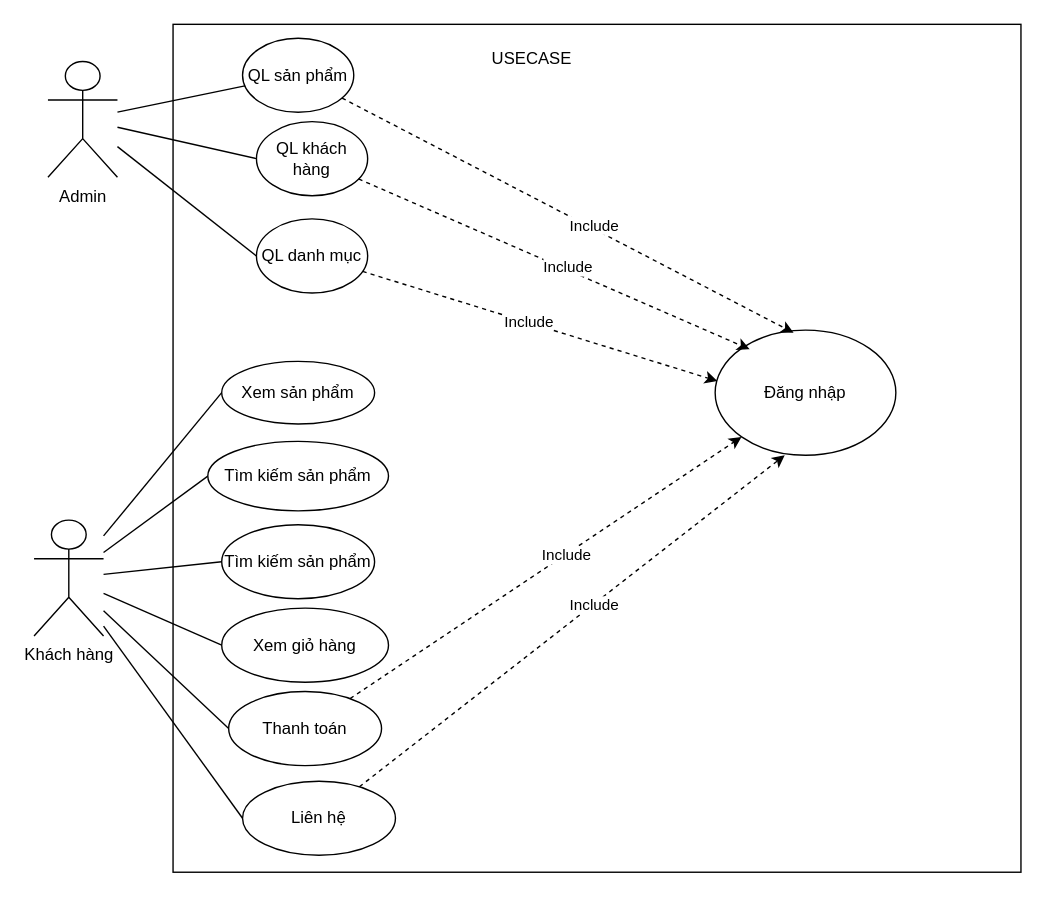
Before: page "Trang-3" (2 of 6) of Biểu đồ không có tiêu đề.drawio in hoagduc004/BaoCao, a draw.io diagram. Source tidied: cells renumbered, new cells numbered last; positions are measured from the earlier drawing's top-left corner, leaving out a move shared by most shapes. Both pictures are drawn from the tidied source at 139%, with x=0, y=0 at pixel (33, 24).
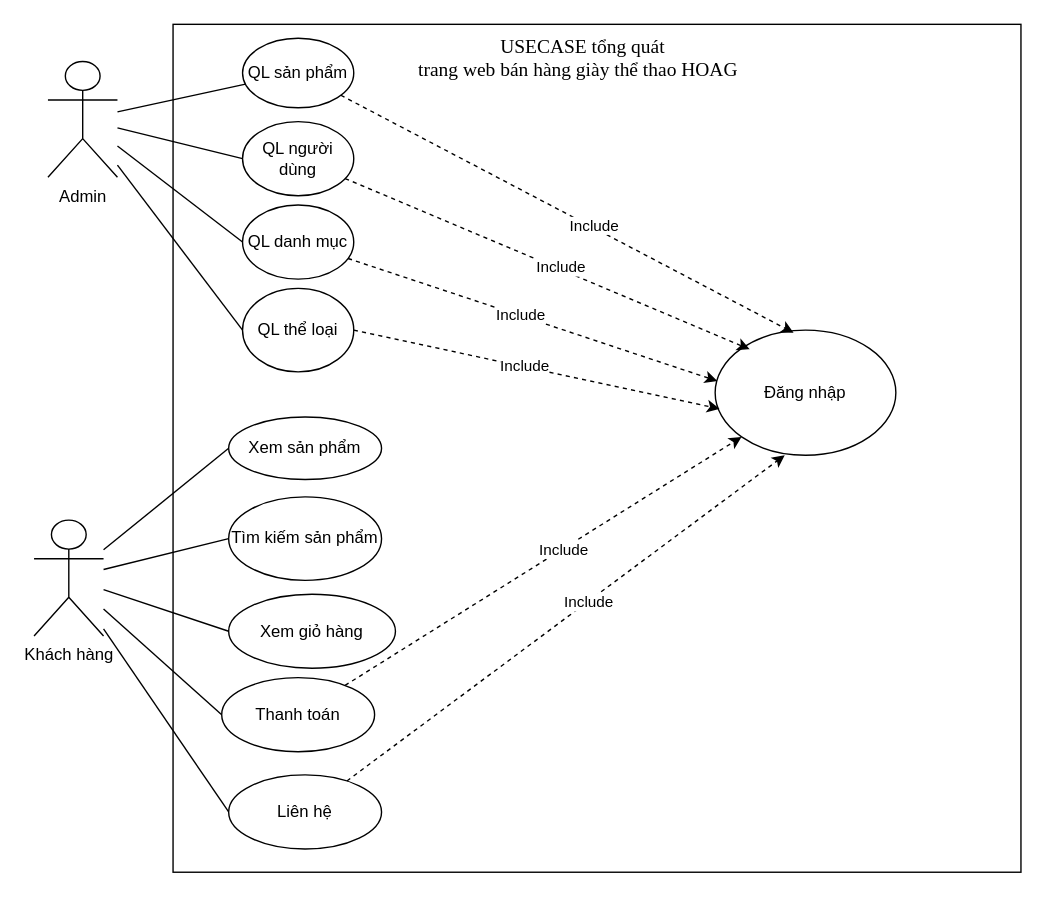
The same page after the edit.

Commit message:
Cập nhật Biểu đồ không có tiêu đề.drawio

Unchanged cells that the change refers to:
```xml
<mxCell id="7" value="Admin&lt;div&gt;&lt;br&gt;&lt;/div&gt;" style="shape=umlActor;verticalLabelPosition=bottom;verticalAlign=top;html=1;outlineConnect=0;" parent="1" vertex="1">
  <mxGeometry x="10" y="26.7" width="50" height="83.3" as="geometry" />
</mxCell>
<mxCell id="8" value="Đăng nhập" style="ellipse;whiteSpace=wrap;html=1;" parent="1" vertex="1">
  <mxGeometry x="490" y="220" width="130" height="90" as="geometry" />
</mxCell>
<mxCell id="20" value="&lt;div&gt;Khách hàng&lt;/div&gt;" style="shape=umlActor;verticalLabelPosition=bottom;verticalAlign=top;html=1;outlineConnect=0;" parent="1" vertex="1">
  <mxGeometry y="356.7" width="50" height="83.3" as="geometry" />
</mxCell>
```

Diff of the diagram source:
```diff
@@
-    <mxCell id="3" value="USECASE&amp;nbsp;" style="text;html=1;align=center;verticalAlign=middle;whiteSpace=wrap;rounded=0;" parent="1" vertex="1">
-      <mxGeometry x="330" y="10" width="60" height="30" as="geometry" />
+    <mxCell id="3" value="&lt;font style=&quot;font-size: 14px;&quot; face=&quot;Times New Roman&quot;&gt;USECASE tổng&amp;nbsp;&lt;span style=&quot;line-height: 107%;&quot; lang=&quot;VI&quot;&gt;quát&lt;br&gt;trang web bán hàng giày thể thao HOAG&lt;/span&gt;&lt;/font&gt;&amp;nbsp;&amp;nbsp;" style="text;html=1;align=center;verticalAlign=middle;whiteSpace=wrap;rounded=0;" parent="1" vertex="1">
+      <mxGeometry x="245" y="10" width="300" height="30" as="geometry" />
     </mxCell>
@@
+    <mxCell id="35" style="rounded=0;jettySize=auto;html=1;entryX=0;entryY=0.5;entryDx=0;entryDy=0;endArrow=none;startFill=0;" parent="1" edge="1" source="7" target="36">
+      <mxGeometry relative="1" as="geometry" />
+    </mxCell>
@@
     <mxCell id="11" value="QL sản phẩm" style="ellipse;whiteSpace=wrap;html=1;" parent="1" vertex="1">
-      <mxGeometry x="150" y="10" width="80" height="53.3" as="geometry" />
+      <mxGeometry x="150" y="10" width="80" height="50" as="geometry" />
     </mxCell>
-    <mxCell id="12" value="QL khách hàng" style="ellipse;whiteSpace=wrap;html=1;" parent="1" vertex="1">
-      <mxGeometry x="160" y="70" width="80" height="53.3" as="geometry" />
+    <mxCell id="12" value="QL người dùng" style="ellipse;whiteSpace=wrap;html=1;" parent="1" vertex="1">
+      <mxGeometry x="150" y="70" width="80" height="53.3" as="geometry" />
     </mxCell>
     <mxCell id="13" value="QL danh mục" style="ellipse;whiteSpace=wrap;html=1;" parent="1" vertex="1">
-      <mxGeometry x="160" y="140" width="80" height="53.3" as="geometry" />
+      <mxGeometry x="150" y="130" width="80" height="53.3" as="geometry" />
     </mxCell>
@@
-    <mxCell id="15" style="rounded=0;jettySize=auto;html=1;entryX=0;entryY=0.5;entryDx=0;entryDy=0;endArrow=none;startFill=0;" parent="1" edge="1" source="20" target="22">
-      <mxGeometry relative="1" as="geometry" />
-    </mxCell>
@@
     <mxCell id="21" value="Xem sản phẩm" style="ellipse;whiteSpace=wrap;html=1;" parent="1" vertex="1">
-      <mxGeometry x="135" y="242.5" width="110" height="45" as="geometry" />
+      <mxGeometry x="140" y="282.5" width="110" height="45" as="geometry" />
     </mxCell>
-    <mxCell id="22" value="Tìm kiếm sản phẩm" style="ellipse;whiteSpace=wrap;html=1;" parent="1" vertex="1">
-      <mxGeometry x="125" y="300" width="130" height="50" as="geometry" />
-    </mxCell>
     <mxCell id="23" value="Tìm kiếm sản phẩm" style="ellipse;whiteSpace=wrap;html=1;" parent="1" vertex="1">
-      <mxGeometry x="135" y="360" width="110" height="53.3" as="geometry" />
+      <mxGeometry x="140" y="340" width="110" height="60" as="geometry" />
     </mxCell>
     <mxCell id="24" value="Xem giỏ hàng" style="ellipse;whiteSpace=wrap;html=1;" parent="1" vertex="1">
-      <mxGeometry x="135" y="420" width="120" height="53.3" as="geometry" />
+      <mxGeometry x="140" y="410" width="120" height="53.3" as="geometry" />
     </mxCell>
@@
     <mxCell id="27" value="Thanh toán" style="ellipse;whiteSpace=wrap;html=1;" parent="1" vertex="1">
-      <mxGeometry x="140" y="480" width="110" height="53.3" as="geometry" />
+      <mxGeometry x="135" y="470" width="110" height="53.3" as="geometry" />
     </mxCell>
     <mxCell id="28" value="Liên hệ" style="ellipse;whiteSpace=wrap;html=1;" parent="1" vertex="1">
-      <mxGeometry x="150" y="544.5" width="110" height="53.3" as="geometry" />
+      <mxGeometry x="140" y="540" width="110" height="53.3" as="geometry" />
     </mxCell>
@@
+    <mxCell id="36" value="QL thể loại" style="ellipse;whiteSpace=wrap;html=1;" parent="1" vertex="1">
+      <mxGeometry x="150" y="190" width="80" height="60" as="geometry" />
+    </mxCell>
+    <mxCell id="37" style="rounded=0;jettySize=auto;html=1;entryX=0.024;entryY=0.629;entryDx=0;entryDy=0;entryPerimeter=0;dashed=1;exitX=1;exitY=0.5;exitDx=0;exitDy=0;" parent="1" edge="1" source="36" target="8">
+      <mxGeometry relative="1" as="geometry" />
+    </mxCell>
+    <mxCell id="38" value="Include" style="edgeLabel;html=1;align=center;verticalAlign=middle;" parent="37" vertex="1">
+      <mxGeometry x="-0.07" y="1" relative="1" as="geometry" />
+    </mxCell>
```
